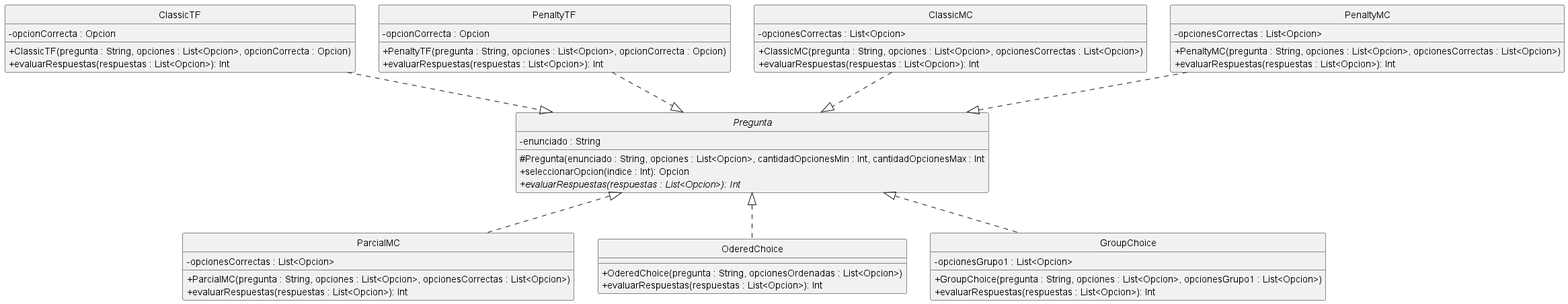
Earlier version of the PlantUML export diagrams/classes/clase_pregunta.png (lautiland/TP2-ALGO3-ALGOHOOT).
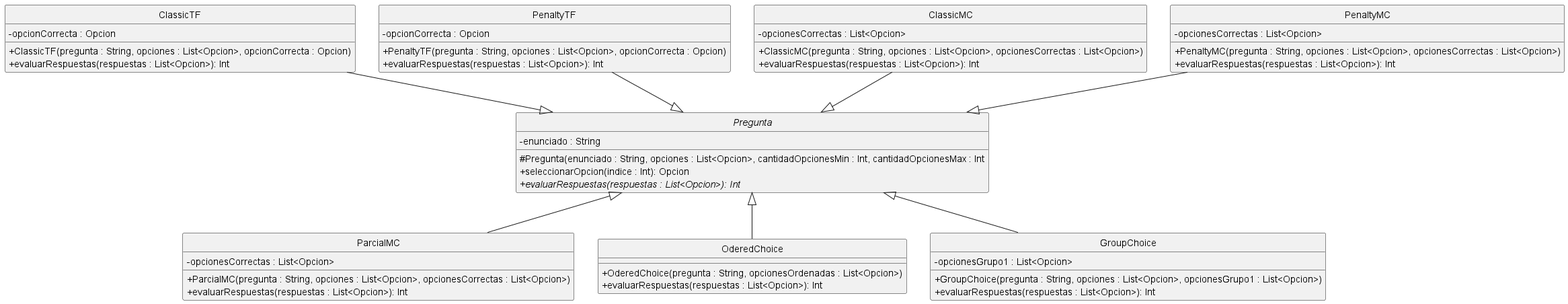
Above is the later version.

Change to the diagram source:
```diff
@@ -52,12 +52,12 @@
     + evaluarRespuestas(respuestas : List<Opcion>): Int
 }
 
-ClassicTF .down.|> Pregunta
-ClassicMC .down.|> Pregunta
-PenaltyTF .down.|> Pregunta
-PenaltyMC .down.|> Pregunta
-ParcialMC .up.|> Pregunta
-OderedChoice .up.|> Pregunta
-GroupChoice .up.|> Pregunta
+ClassicTF -down-|> Pregunta
+ClassicMC -down-|> Pregunta
+PenaltyTF -down-|> Pregunta
+PenaltyMC -down-|> Pregunta
+ParcialMC -up-|> Pregunta
+OderedChoice -up-|> Pregunta
+GroupChoice -up-|> Pregunta
 
 @enduml
```
